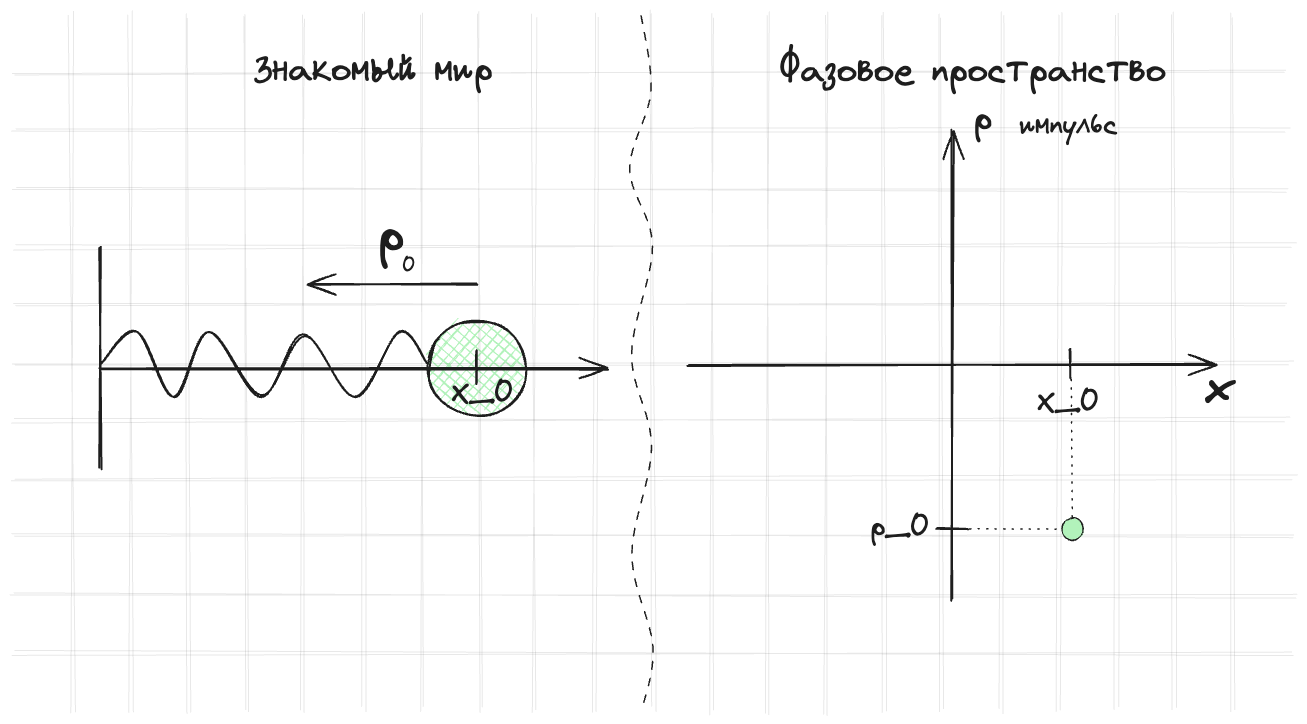
kozakromch/game_physics keeps this Excalidraw diagram as assets/pictures/numerical_method/phase_space_spring.excalidraw.png. Above is the earlier version. Source tidied: one line per element, renumbered; positions are measured from the earlier drawing's top-left corner, leaving out a move shared by most shapes.
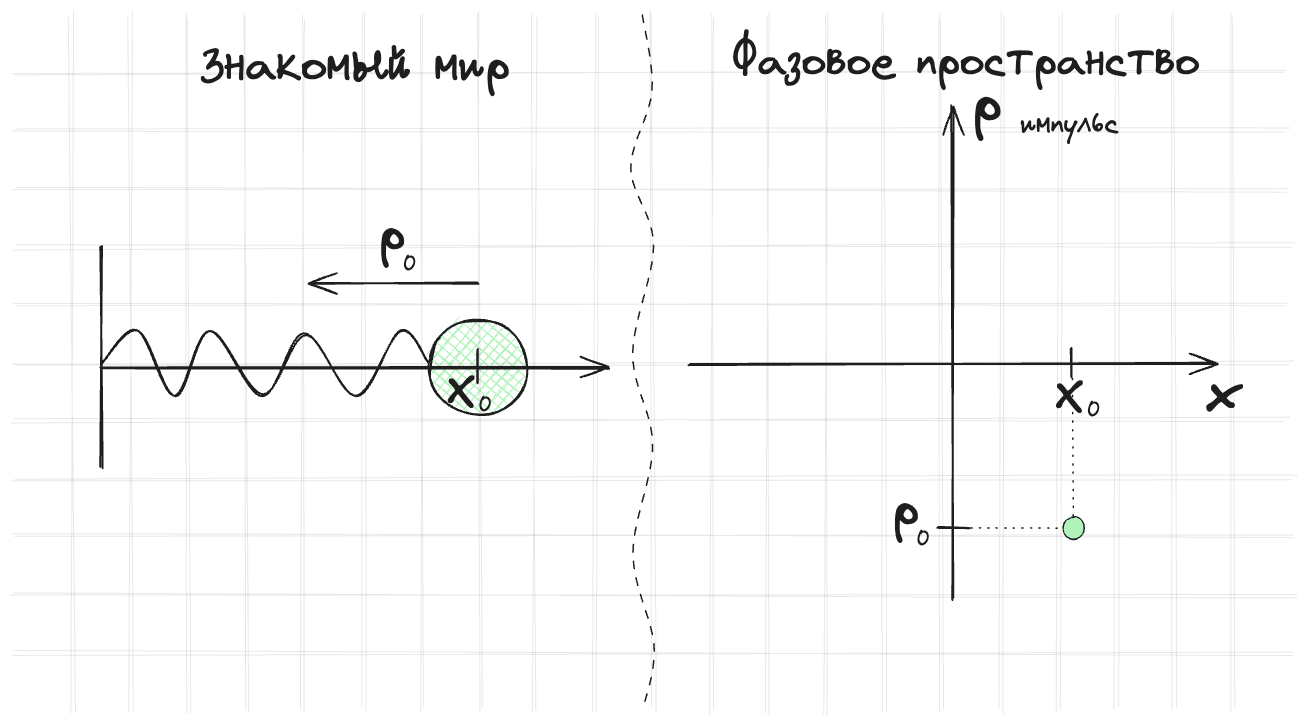
Above is the later version.

Change to the diagram source:
```diff
@@ -1,5 +1,5 @@
-{"id": 0, "type": "line", "strokeColor": "#1e1e1e", "angle": 4.71, "strokeWidth": 2, "roughness": 1, "round": true, "x": 268, "y": 342, "width": 220, "height": 0, "points": [[0, 0], [220, 0]]}
+{"id": 0, "type": "line", "strokeColor": "#1e1e1e", "angle": 4.71, "strokeWidth": 2, "roughness": 1, "round": true, "x": 269, "y": 341, "width": 220, "height": 0, "points": [[0, 0], [220, 0]]}
-{"id": 1, "type": "ellipse", "strokeColor": "#1e1e1e", "angle": 4.71, "backgroundColor": "#b2f2bb", "fillStyle": "cross-hatch", "strokeWidth": 2, "roughness": 1, "round": true, "x": 706, "y": 304, "width": 95, "height": 99}
+{"id": 1, "type": "ellipse", "strokeColor": "#1e1e1e", "angle": 4.71, "backgroundColor": "#b2f2bb", "fillStyle": "cross-hatch", "strokeWidth": 2, "roughness": 1, "round": true, "x": 707, "y": 303, "width": 95, "height": 99}
 {"id": 2, "type": "line", "strokeColor": "#1e1e1e", "strokeWidth": 1, "roughness": 2, "opacity": 10, "round": true, "x": 290, "y": 57, "width": 1272, "height": 0, "points": [[0, 0], [1272, 0]]}
 {"id": 3, "type": "line", "strokeColor": "#1e1e1e", "strokeWidth": 1, "roughness": 2, "opacity": 10, "round": true, "x": 290, "y": 406, "width": 1272, "height": 0, "points": [[0, 0], [1272, 0]]}
 {"id": 4, "type": "line", "strokeColor": "#1e1e1e", "strokeWidth": 1, "roughness": 2, "opacity": 10, "round": true, "x": 290, "y": 115, "width": 1275, "height": 0, "points": [[0, 0], [1275, 0]]}
@@ -21,9 +21,9 @@
 {"id": 20, "type": "line", "strokeColor": "#1e1e1e", "angle": 1.57, "strokeWidth": 1, "roughness": 2, "opacity": 10, "round": true, "x": 58, "y": 347, "width": 697, "height": 0, "points": [[0, 0], [697, 0]]}
 {"id": 21, "type": "line", "strokeColor": "#1e1e1e", "angle": 1.57, "strokeWidth": 1, "roughness": 2, "opacity": 10, "round": true, "x": 349, "y": 347, "width": 697, "height": 0, "points": [[0, 0], [697, 0]]}
 {"id": 22, "type": "line", "strokeColor": "#1e1e1e", "angle": 1.57, "strokeWidth": 1, "roughness": 2, "opacity": 10, "round": true, "x": 0, "y": 347, "width": 697, "height": 0, "points": [[0, 0], [697, 0]]}
-{"id": 23, "type": "line", "strokeColor": "#1e1e1e", "angle": 1.57, "strokeWidth": 1, "roughness": 2, "opacity": 10, "round": true, "x": 290, "y": 347, "width": 696, "height": 0, "points": [[0, 0], [696, 0]]}
+{"id": 23, "type": "line", "strokeColor": "#1e1e1e", "angle": 1.57, "strokeWidth": 1, "roughness": 2, "opacity": 10, "round": true, "x": 291, "y": 347, "width": 696, "height": 0, "points": [[0, 0], [696, 0]]}
 {"id": 24, "type": "line", "strokeColor": "#1e1e1e", "angle": 1.57, "strokeWidth": 1, "roughness": 2, "opacity": 10, "round": true, "x": 639, "y": 347, "width": 697, "height": 0, "points": [[0, 0], [697, 0]]}
-{"id": 25, "type": "line", "strokeColor": "#1e1e1e", "angle": 1.57, "strokeWidth": 1, "roughness": 2, "opacity": 10, "round": true, "x": 929, "y": 348, "width": 696, "height": 0, "points": [[0, 0], [696, 0]]}
+{"id": 25, "type": "line", "strokeColor": "#1e1e1e", "angle": 1.57, "strokeWidth": 1, "roughness": 2, "opacity": 10, "round": true, "x": 929, "y": 347, "width": 696, "height": 0, "points": [[0, 0], [696, 0]]}
 {"id": 26, "type": "line", "strokeColor": "#1e1e1e", "angle": 1.57, "strokeWidth": 1, "roughness": 2, "opacity": 10, "round": true, "x": 871, "y": 347, "width": 697, "height": 0, "points": [[0, 0], [697, 0]]}
 {"id": 27, "type": "line", "strokeColor": "#1e1e1e", "angle": 1.57, "strokeWidth": 1, "roughness": 2, "opacity": 10, "round": true, "x": 1161, "y": 347, "width": 697, "height": 0, "points": [[0, 0], [697, 0]]}
 {"id": 28, "type": "line", "strokeColor": "#1e1e1e", "angle": 1.57, "strokeWidth": 1, "roughness": 2, "opacity": 10, "round": true, "x": 813, "y": 348, "width": 697, "height": 0, "points": [[0, 0], [697, 0]]}
@@ -31,26 +31,29 @@
 {"id": 30, "type": "line", "strokeColor": "#1e1e1e", "angle": 1.57, "strokeWidth": 1, "roughness": 2, "opacity": 10, "round": true, "x": 755, "y": 347, "width": 697, "height": 0, "points": [[0, 0], [697, 0]]}
 {"id": 31, "type": "line", "strokeColor": "#1e1e1e", "angle": 1.57, "strokeWidth": 1, "roughness": 2, "opacity": 10, "round": true, "x": 1045, "y": 348, "width": 697, "height": 0, "points": [[0, 0], [697, 0]]}
 {"id": 32, "type": "line", "strokeColor": "#1e1e1e", "angle": 1.57, "strokeWidth": 1, "roughness": 2, "opacity": 10, "round": true, "x": 697, "y": 347, "width": 697, "height": 0, "points": [[0, 0], [697, 0]]}
-{"id": 33, "type": "line", "strokeColor": "#1e1e1e", "angle": 1.57, "strokeWidth": 1, "roughness": 2, "opacity": 10, "round": true, "x": 987, "y": 348, "width": 696, "height": 0, "points": [[0, 0], [696, 0]]}
+{"id": 33, "type": "line", "strokeColor": "#1e1e1e", "angle": 1.57, "strokeWidth": 1, "roughness": 2, "opacity": 10, "round": true, "x": 987, "y": 347, "width": 696, "height": 0, "points": [[0, 0], [696, 0]]}
-{"id": 34, "type": "line", "strokeColor": "#1e1e1e", "angle": 4.71, "strokeWidth": 2, "roughness": 1, "round": true, "x": 540, "y": 185, "width": 65, "height": 328, "points": [[0, 0], [33, 36], [-33, 73], [33, 109], [-33, 160], [29, 204], [-33, 255], [33, 299], [0, 328]]}
+{"id": 34, "type": "line", "strokeColor": "#1e1e1e", "angle": 4.71, "strokeWidth": 2, "roughness": 1, "round": true, "x": 542, "y": 184, "width": 65, "height": 328, "points": [[0, 0], [33, 36], [-33, 73], [33, 109], [-33, 160], [29, 204], [-33, 255], [33, 299], [0, 328]]}
-{"id": 35, "type": "arrow", "strokeColor": "#1e1e1e", "strokeWidth": 2, "roughness": 1, "endArrowhead": "arrow", "round": true, "x": 376, "y": 353, "width": 508, "height": 0, "points": [[0, 0], [508, 0]]}
+{"id": 35, "type": "arrow", "strokeColor": "#1e1e1e", "strokeWidth": 2, "roughness": 1, "endArrowhead": "arrow", "round": true, "x": 377, "y": 352, "width": 508, "height": 0, "points": [[0, 0], [508, 0]]}
-{"id": 36, "type": "line", "strokeColor": "#1e1e1e", "strokeWidth": 2, "roughness": 1, "round": true, "x": 753, "y": 335, "width": 0, "height": 33, "points": [[0, 0], [0, 33]]}
+{"id": 36, "type": "line", "strokeColor": "#1e1e1e", "strokeWidth": 2, "roughness": 1, "round": true, "x": 754, "y": 334, "width": 0, "height": 33, "points": [[0, 0], [0, 33]]}
-{"id": 37, "type": "text", "text": "X_0", "strokeColor": "#1e1e1e", "strokeWidth": 2, "roughness": 1, "fontSize": 29.37, "fontFamily": 1, "x": 729, "y": 360, "width": 62, "height": 37}
-{"id": 38, "type": "arrow", "strokeColor": "#1e1e1e", "strokeWidth": 2, "roughness": 1, "endArrowhead": "arrow", "round": true, "x": 1228, "y": 584, "width": 1, "height": 470, "points": [[0, 0], [1, -470]]}
+{"id": 38, "type": "arrow", "strokeColor": "#1e1e1e", "strokeWidth": 2, "roughness": 1, "endArrowhead": "arrow", "round": true, "to": 51, "x": 1229, "y": 583, "width": 0, "height": 493, "points": [[0, 0], [0, -493]]}
-{"id": 39, "type": "arrow", "strokeColor": "#1e1e1e", "strokeWidth": 2, "roughness": 1, "endArrowhead": "arrow", "round": true, "x": 965, "y": 351, "width": 527, "height": 2, "points": [[0, 0], [527, -2]]}
+{"id": 39, "type": "arrow", "strokeColor": "#1e1e1e", "strokeWidth": 2, "roughness": 1, "endArrowhead": "arrow", "round": true, "x": 966, "y": 350, "width": 527, "height": 2, "points": [[0, 0], [527, -2]]}
-{"id": 40, "type": "line", "strokeColor": "#1e1e1e", "strokeWidth": 2, "roughness": 1, "round": true, "x": 1347, "y": 333, "width": 0, "height": 29, "points": [[0, 0], [0, 29]]}
+{"id": 40, "type": "line", "strokeColor": "#1e1e1e", "strokeWidth": 2, "roughness": 1, "round": true, "x": 1348, "y": 332, "width": 0, "height": 29, "points": [[0, 0], [0, 29]]}
-{"id": 41, "type": "text", "text": "X_0", "strokeColor": "#1e1e1e", "strokeWidth": 2, "roughness": 1, "fontSize": 29.37, "fontFamily": 1, "x": 1314, "y": 368, "width": 62, "height": 37}
+{"id": 41, "type": "text", "text": "X", "strokeColor": "#1e1e1e", "strokeWidth": 2, "roughness": 1, "fontSize": 46.63, "fontFamily": 1, "x": 1332, "y": 351, "width": 28, "height": 58}
-{"id": 42, "type": "text", "text": "x", "strokeColor": "#1e1e1e", "strokeWidth": 2, "roughness": 1, "fontSize": 49.22, "fontFamily": 1, "x": 1481, "y": 342, "width": 28, "height": 62}
+{"id": 42, "type": "text", "text": "x", "strokeColor": "#1e1e1e", "strokeWidth": 2, "roughness": 1, "fontSize": 58.96, "fontFamily": 1, "x": 1482, "y": 341, "width": 33, "height": 74}
-{"id": 43, "type": "text", "text": "импульс", "strokeColor": "#1e1e1e", "strokeWidth": 2, "roughness": 1, "fontSize": 28, "fontFamily": 1, "x": 1296, "y": 93, "width": 98, "height": 35}
+{"id": 43, "type": "text", "text": "импульс", "strokeColor": "#1e1e1e", "strokeWidth": 2, "roughness": 1, "fontSize": 28, "fontFamily": 1, "x": 1297, "y": 92, "width": 98, "height": 35}
-{"id": 44, "type": "arrow", "strokeColor": "#1e1e1e", "strokeWidth": 2, "roughness": 1, "endArrowhead": "arrow", "round": true, "x": 753, "y": 270, "width": 168, "height": 0, "points": [[0, 0], [-168, 0]]}
+{"id": 44, "type": "arrow", "strokeColor": "#1e1e1e", "strokeWidth": 2, "roughness": 1, "endArrowhead": "arrow", "round": true, "x": 754, "y": 269, "width": 168, "height": 0, "points": [[0, 0], [-168, 0]]}
-{"id": 45, "type": "text", "text": "p", "strokeColor": "#1e1e1e", "strokeWidth": 2, "roughness": 1, "fontSize": 50.84, "fontFamily": 1, "x": 656, "y": 190, "width": 25, "height": 64}
+{"id": 45, "type": "text", "text": "p", "strokeColor": "#1e1e1e", "strokeWidth": 2, "roughness": 1, "fontSize": 50.84, "fontFamily": 1, "x": 657, "y": 189, "width": 25, "height": 64}
-{"id": 46, "type": "line", "strokeColor": "#1e1e1e", "strokeWidth": 2, "roughness": 1, "round": true, "x": 1245, "y": 513, "width": 31, "height": 0, "points": [[0, 0], [-31, 0]]}
+{"id": 46, "type": "line", "strokeColor": "#1e1e1e", "strokeWidth": 2, "roughness": 1, "round": true, "x": 1246, "y": 512, "width": 31, "height": 0, "points": [[0, 0], [-31, 0]]}
-{"id": 47, "type": "text", "text": "p_0", "strokeColor": "#1e1e1e", "strokeWidth": 2, "roughness": 1, "fontSize": 29.37, "fontFamily": 1, "x": 1148, "y": 494, "width": 59, "height": 37}
-{"id": 48, "type": "line", "strokeColor": "#1e1e1e", "strokeWidth": 1, "strokeStyle": "dotted", "roughness": 1, "round": true, "x": 1246, "y": 514, "width": 105, "height": 0, "points": [[0, 0], [105, 0]]}
+{"id": 48, "type": "line", "strokeColor": "#1e1e1e", "strokeWidth": 1, "strokeStyle": "dotted", "roughness": 1, "round": true, "x": 1247, "y": 513, "width": 105, "height": 0, "points": [[0, 0], [105, 0]]}
-{"id": 49, "type": "line", "strokeColor": "#1e1e1e", "strokeWidth": 1, "strokeStyle": "dotted", "roughness": 1, "round": true, "x": 1348, "y": 363, "width": 0, "height": 149, "points": [[0, 0], [0, 149]]}
+{"id": 49, "type": "line", "strokeColor": "#1e1e1e", "strokeWidth": 1, "strokeStyle": "dotted", "roughness": 1, "round": true, "x": 1349, "y": 362, "width": 0, "height": 149, "points": [[0, 0], [0, 149]]}
-{"id": 50, "type": "ellipse", "strokeColor": "#1e1e1e", "backgroundColor": "#b2f2bb", "fillStyle": "solid", "strokeWidth": 1, "roughness": 1, "round": true, "x": 1339, "y": 502, "width": 21, "height": 22}
+{"id": 50, "type": "ellipse", "strokeColor": "#1e1e1e", "backgroundColor": "#b2f2bb", "fillStyle": "solid", "strokeWidth": 1, "roughness": 1, "round": true, "x": 1340, "y": 501, "width": 21, "height": 22}
-{"id": 51, "type": "text", "text": "Фазовое пространство", "strokeColor": "#1e1e1e", "backgroundColor": "#b2f2bb", "fillStyle": "solid", "strokeWidth": 1, "roughness": 1, "fontSize": 36, "fontFamily": 1, "x": 1056, "y": 34, "width": 386, "height": 45}
+{"id": 51, "type": "text", "text": "Фазовое пространство", "strokeColor": "#1e1e1e", "backgroundColor": "#b2f2bb", "fillStyle": "solid", "strokeWidth": 1, "roughness": 1, "fontSize": 43.54, "fontFamily": 1, "x": 1009, "y": 21, "width": 467, "height": 54}
-{"id": 52, "type": "text", "text": "Знакомый мир\n", "strokeColor": "#1e1e1e", "backgroundColor": "#b2f2bb", "fillStyle": "solid", "strokeWidth": 1, "roughness": 1, "fontSize": 36, "fontFamily": 1, "x": 531, "y": 33, "width": 238, "height": 90}
-{"id": 53, "type": "line", "strokeColor": "#1e1e1e", "strokeWidth": 1, "strokeStyle": "dashed", "roughness": 1, "round": true, "x": 918, "y": 0, "width": 21, "height": 693, "points": [[0, 0], [11, 77], [-11, 154], [11, 231], [-11, 339], [9, 431], [-11, 539], [11, 631], [0, 693]]}
+{"id": 53, "type": "line", "strokeColor": "#1e1e1e", "strokeWidth": 1, "strokeStyle": "dashed", "roughness": 1, "round": true, "x": 919, "y": -1, "width": 21, "height": 693, "points": [[0, 0], [11, 77], [-11, 154], [11, 231], [-11, 339], [9, 431], [-11, 539], [11, 631], [0, 693]]}
-{"id": 54, "type": "text", "text": "p", "strokeColor": "#1e1e1e", "strokeWidth": 2, "roughness": 1, "fontSize": 36, "fontFamily": 1, "x": 1251, "y": 82, "width": 18, "height": 45}
+{"id": 54, "type": "text", "text": "p", "strokeColor": "#1e1e1e", "strokeWidth": 2, "roughness": 1, "fontSize": 56.5, "fontFamily": 1, "x": 1251, "y": 55, "width": 28, "height": 71}
-{"id": 55, "type": "text", "text": "0", "strokeColor": "#1e1e1e", "strokeWidth": 2, "roughness": 1, "fontSize": 20, "fontFamily": 1, "x": 679, "y": 238, "width": 14, "height": 25}
+{"id": 55, "type": "text", "text": "0", "strokeColor": "#1e1e1e", "strokeWidth": 2, "roughness": 1, "fontSize": 20, "fontFamily": 1, "x": 680, "y": 237, "width": 14, "height": 25}
+{"id": 56, "type": "text", "text": "0", "strokeColor": "#1e1e1e", "strokeWidth": 2, "roughness": 1, "fontSize": 20, "fontFamily": 1, "x": 1364, "y": 382, "width": 14, "height": 25}
+{"id": 57, "type": "text", "text": "p", "strokeColor": "#1e1e1e", "strokeWidth": 2, "roughness": 1, "fontSize": 50.84, "fontFamily": 1, "x": 1171, "y": 464, "width": 25, "height": 64}
+{"id": 58, "type": "text", "text": "0", "strokeColor": "#1e1e1e", "strokeWidth": 2, "roughness": 1, "fontSize": 20, "fontFamily": 1, "x": 1193, "y": 512, "width": 14, "height": 25}
+{"id": 59, "type": "text", "text": "X", "strokeColor": "#1e1e1e", "strokeWidth": 2, "roughness": 1, "fontSize": 46.63, "fontFamily": 1, "x": 724, "y": 346, "width": 28, "height": 58}
+{"id": 60, "type": "text", "text": "0", "strokeColor": "#1e1e1e", "strokeWidth": 2, "roughness": 1, "fontSize": 20, "fontFamily": 1, "x": 755, "y": 377, "width": 14, "height": 25}
+{"id": 52, "type": "text", "text": "Знакомый мир", "strokeColor": "#1e1e1e", "backgroundColor": "#b2f2bb", "fillStyle": "solid", "strokeWidth": 1, "roughness": 1, "fontSize": 46.64, "fontFamily": 1, "x": 478, "y": 23, "width": 308, "height": 58}
```
